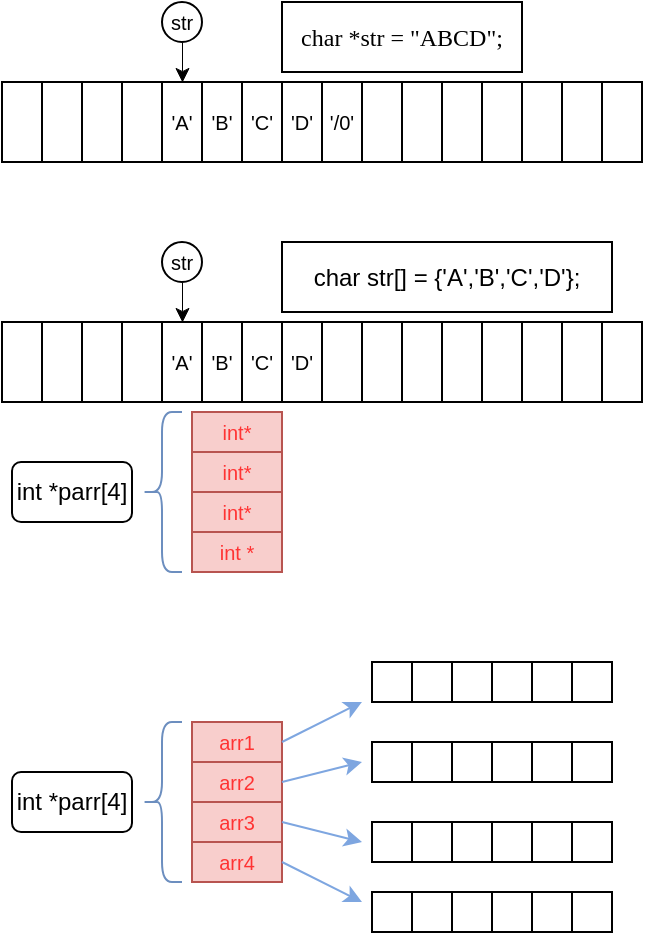
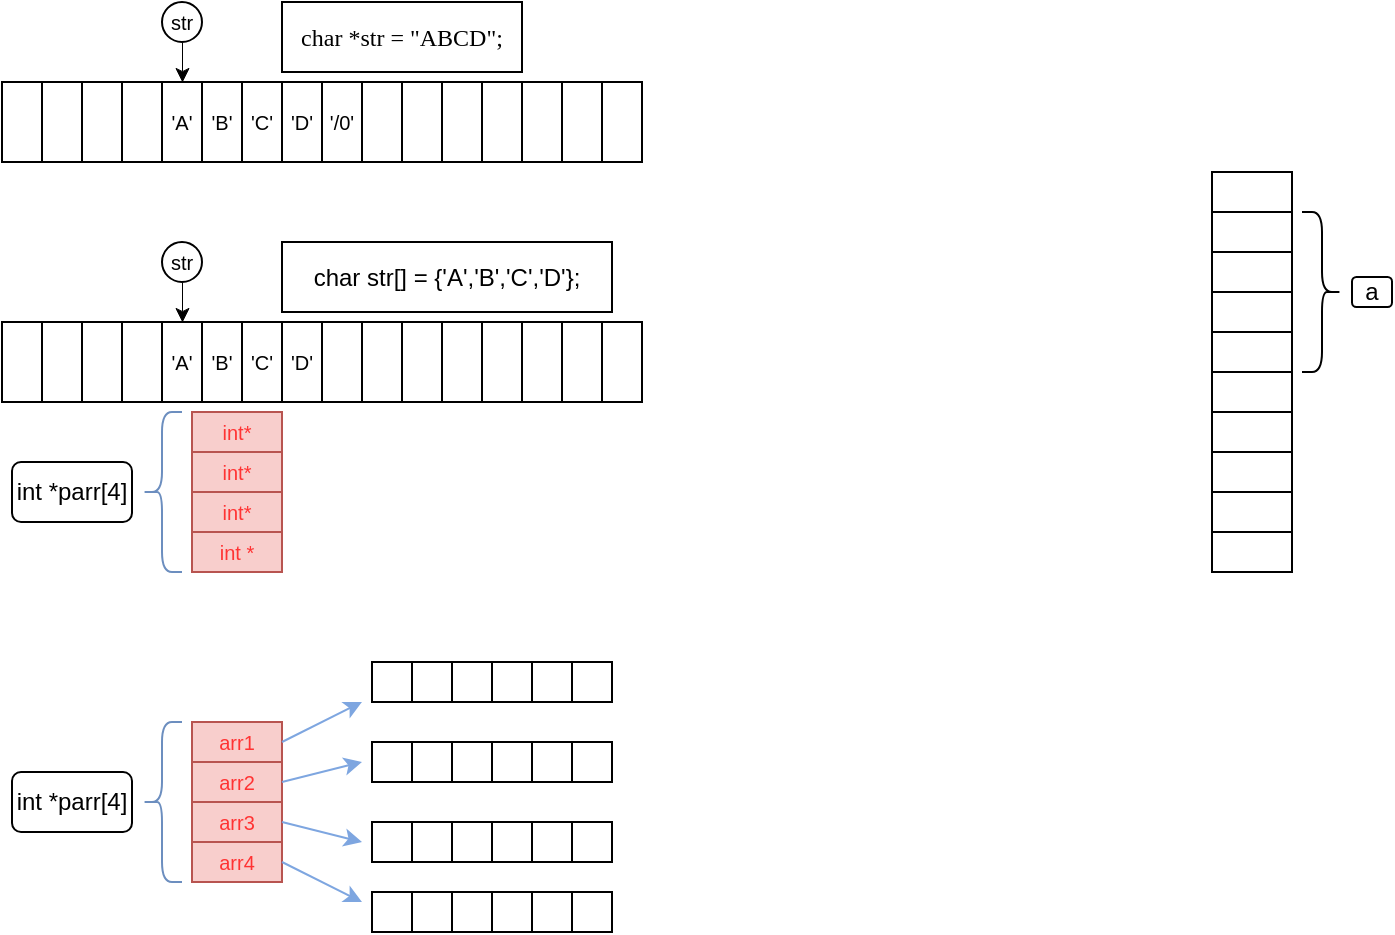
<mxfile host="app.diagrams.net">
  <diagram name="第 1 页" id="RL2YI7uN_8ItAIRht_Vh">
-     <mxGraphModel dx="606" dy="346" grid="1" gridSize="5" guides="1" tooltips="1" connect="1" arrows="1" fold="1" page="1" pageScale="1" pageWidth="2339" pageHeight="3300" math="0" shadow="0">
+     <mxGraphModel dx="364" dy="208" grid="1" gridSize="5" guides="1" tooltips="1" connect="1" arrows="1" fold="1" page="1" pageScale="1" pageWidth="2339" pageHeight="3300" math="0" shadow="0">
      <root>
        <mxCell id="0" />
        <mxCell id="1" parent="0" />
        <mxCell id="0ZhQLvSmpRFgnqfLJbek-3" parent="1" style="whiteSpace=wrap;html=1;fillColor=none;" value="" vertex="1">
          <mxGeometry height="40" width="20" x="75" y="75" as="geometry" />
        </mxCell>
        <mxCell id="0ZhQLvSmpRFgnqfLJbek-4" parent="1" style="whiteSpace=wrap;html=1;fillColor=none;" value="" vertex="1">
          <mxGeometry height="40" width="20" x="95" y="75" as="geometry" />
        </mxCell>
        <mxCell id="0ZhQLvSmpRFgnqfLJbek-16" parent="1" style="whiteSpace=wrap;html=1;fillColor=none;" value="" vertex="1">
          <mxGeometry height="40" width="20" x="115" y="75" as="geometry" />
        </mxCell>
        <mxCell id="0ZhQLvSmpRFgnqfLJbek-17" parent="1" style="whiteSpace=wrap;html=1;fillColor=none;" value="" vertex="1">
          <mxGeometry height="40" width="20" x="135" y="75" as="geometry" />
        </mxCell>
        <mxCell id="0ZhQLvSmpRFgnqfLJbek-22" parent="1" style="whiteSpace=wrap;html=1;fillColor=none;" value="&lt;font style=&quot;font-size: 10px;&quot;&gt;&#39;A&#39;&lt;/font&gt;" vertex="1">
          <mxGeometry height="40" width="20" x="155" y="75" as="geometry" />
        </mxCell>
        <mxCell id="0ZhQLvSmpRFgnqfLJbek-23" parent="1" style="whiteSpace=wrap;html=1;fillColor=none;" value="&lt;font style=&quot;font-size: 10px;&quot;&gt;&#39;B&#39;&lt;/font&gt;" vertex="1">
          <mxGeometry height="40" width="20" x="175" y="75" as="geometry" />
        </mxCell>
        <mxCell id="0ZhQLvSmpRFgnqfLJbek-24" parent="1" style="whiteSpace=wrap;html=1;fillColor=none;" value="&lt;font style=&quot;font-size: 10px;&quot;&gt;&#39;C&#39;&lt;/font&gt;" vertex="1">
          <mxGeometry height="40" width="20" x="195" y="75" as="geometry" />
        </mxCell>
        <mxCell id="0ZhQLvSmpRFgnqfLJbek-25" parent="1" style="whiteSpace=wrap;html=1;fillColor=none;" value="&lt;font style=&quot;font-size: 10px;&quot;&gt;&#39;D&#39;&lt;/font&gt;" vertex="1">
          <mxGeometry height="40" width="20" x="215" y="75" as="geometry" />
        </mxCell>
        <mxCell id="0ZhQLvSmpRFgnqfLJbek-26" parent="1" style="whiteSpace=wrap;html=1;fillColor=none;" value="&lt;font style=&quot;font-size: 10px;&quot;&gt;&#39;/0&#39;&lt;/font&gt;" vertex="1">
          <mxGeometry height="40" width="20" x="235" y="75" as="geometry" />
        </mxCell>
        <mxCell id="0ZhQLvSmpRFgnqfLJbek-27" parent="1" style="whiteSpace=wrap;html=1;fillColor=none;" value="" vertex="1">
          <mxGeometry height="40" width="20" x="255" y="75" as="geometry" />
        </mxCell>
        <mxCell id="0ZhQLvSmpRFgnqfLJbek-28" parent="1" style="whiteSpace=wrap;html=1;fillColor=none;" value="" vertex="1">
          <mxGeometry height="40" width="20" x="275" y="75" as="geometry" />
        </mxCell>
        <mxCell id="0ZhQLvSmpRFgnqfLJbek-29" parent="1" style="whiteSpace=wrap;html=1;fillColor=none;" value="" vertex="1">
          <mxGeometry height="40" width="20" x="295" y="75" as="geometry" />
        </mxCell>
        <mxCell id="0ZhQLvSmpRFgnqfLJbek-30" parent="1" style="whiteSpace=wrap;html=1;fillColor=none;" value="" vertex="1">
          <mxGeometry height="40" width="20" x="315" y="75" as="geometry" />
        </mxCell>
        <mxCell id="0ZhQLvSmpRFgnqfLJbek-31" parent="1" style="whiteSpace=wrap;html=1;fillColor=none;" value="" vertex="1">
          <mxGeometry height="40" width="20" x="335" y="75" as="geometry" />
        </mxCell>
        <mxCell id="0ZhQLvSmpRFgnqfLJbek-32" parent="1" style="whiteSpace=wrap;html=1;fillColor=none;" value="" vertex="1">
          <mxGeometry height="40" width="20" x="355" y="75" as="geometry" />
        </mxCell>
        <mxCell id="0ZhQLvSmpRFgnqfLJbek-33" parent="1" style="whiteSpace=wrap;html=1;fillColor=none;" value="" vertex="1">
          <mxGeometry height="40" width="20" x="375" y="75" as="geometry" />
        </mxCell>
        <mxCell id="0ZhQLvSmpRFgnqfLJbek-45" edge="1" parent="1" source="0ZhQLvSmpRFgnqfLJbek-43" style="edgeStyle=orthogonalEdgeStyle;rounded=0;orthogonalLoop=1;jettySize=auto;html=1;exitX=0.5;exitY=1;exitDx=0;exitDy=0;entryX=0.5;entryY=0;entryDx=0;entryDy=0;strokeWidth=0.5;startSize=6;" target="0ZhQLvSmpRFgnqfLJbek-22">
          <mxGeometry relative="1" as="geometry" />
        </mxCell>
        <mxCell id="0ZhQLvSmpRFgnqfLJbek-43" parent="1" style="ellipse;whiteSpace=wrap;html=1;fillColor=none;fontSize=10;" value="str" vertex="1">
          <mxGeometry height="20" width="20" x="155" y="35" as="geometry" />
        </mxCell>
        <mxCell id="0ZhQLvSmpRFgnqfLJbek-46" parent="1" style="whiteSpace=wrap;html=1;" value="&lt;font face=&quot;Tahoma&quot;&gt;char *str = &quot;ABCD&quot;;&lt;/font&gt;" vertex="1">
          <mxGeometry height="35" width="120" x="215" y="35" as="geometry" />
        </mxCell>
        <mxCell id="0ZhQLvSmpRFgnqfLJbek-47" parent="1" style="whiteSpace=wrap;html=1;fillColor=none;" value="" vertex="1">
          <mxGeometry height="40" width="20" x="75" y="195" as="geometry" />
        </mxCell>
        <mxCell id="0ZhQLvSmpRFgnqfLJbek-48" parent="1" style="whiteSpace=wrap;html=1;fillColor=none;" value="" vertex="1">
          <mxGeometry height="40" width="20" x="95" y="195" as="geometry" />
        </mxCell>
        <mxCell id="0ZhQLvSmpRFgnqfLJbek-49" parent="1" style="whiteSpace=wrap;html=1;fillColor=none;" value="" vertex="1">
          <mxGeometry height="40" width="20" x="115" y="195" as="geometry" />
        </mxCell>
        <mxCell id="0ZhQLvSmpRFgnqfLJbek-50" parent="1" style="whiteSpace=wrap;html=1;fillColor=none;" value="" vertex="1">
          <mxGeometry height="40" width="20" x="135" y="195" as="geometry" />
        </mxCell>
        <mxCell id="0ZhQLvSmpRFgnqfLJbek-51" parent="1" style="whiteSpace=wrap;html=1;fillColor=none;" value="&lt;font style=&quot;font-size: 10px;&quot;&gt;&#39;A&#39;&lt;/font&gt;" vertex="1">
          <mxGeometry height="40" width="20" x="155" y="195" as="geometry" />
        </mxCell>
        <mxCell id="0ZhQLvSmpRFgnqfLJbek-52" parent="1" style="whiteSpace=wrap;html=1;fillColor=none;" value="&lt;font style=&quot;font-size: 10px;&quot;&gt;&#39;B&#39;&lt;/font&gt;" vertex="1">
          <mxGeometry height="40" width="20" x="175" y="195" as="geometry" />
        </mxCell>
        <mxCell id="0ZhQLvSmpRFgnqfLJbek-53" parent="1" style="whiteSpace=wrap;html=1;fillColor=none;" value="&lt;font style=&quot;font-size: 10px;&quot;&gt;&#39;C&#39;&lt;/font&gt;" vertex="1">
          <mxGeometry height="40" width="20" x="195" y="195" as="geometry" />
        </mxCell>
        <mxCell id="0ZhQLvSmpRFgnqfLJbek-54" parent="1" style="whiteSpace=wrap;html=1;fillColor=none;" value="&lt;font style=&quot;font-size: 10px;&quot;&gt;&#39;D&#39;&lt;/font&gt;" vertex="1">
          <mxGeometry height="40" width="20" x="215" y="195" as="geometry" />
        </mxCell>
        <mxCell id="0ZhQLvSmpRFgnqfLJbek-55" parent="1" style="whiteSpace=wrap;html=1;fillColor=none;" value="" vertex="1">
          <mxGeometry height="40" width="20" x="235" y="195" as="geometry" />
        </mxCell>
        <mxCell id="0ZhQLvSmpRFgnqfLJbek-56" parent="1" style="whiteSpace=wrap;html=1;fillColor=none;" value="" vertex="1">
          <mxGeometry height="40" width="20" x="255" y="195" as="geometry" />
        </mxCell>
        <mxCell id="0ZhQLvSmpRFgnqfLJbek-57" parent="1" style="whiteSpace=wrap;html=1;fillColor=none;" value="" vertex="1">
          <mxGeometry height="40" width="20" x="275" y="195" as="geometry" />
        </mxCell>
        <mxCell id="0ZhQLvSmpRFgnqfLJbek-58" parent="1" style="whiteSpace=wrap;html=1;fillColor=none;" value="" vertex="1">
          <mxGeometry height="40" width="20" x="295" y="195" as="geometry" />
        </mxCell>
        <mxCell id="0ZhQLvSmpRFgnqfLJbek-59" parent="1" style="whiteSpace=wrap;html=1;fillColor=none;" value="" vertex="1">
          <mxGeometry height="40" width="20" x="315" y="195" as="geometry" />
        </mxCell>
        <mxCell id="0ZhQLvSmpRFgnqfLJbek-60" parent="1" style="whiteSpace=wrap;html=1;fillColor=none;" value="" vertex="1">
          <mxGeometry height="40" width="20" x="335" y="195" as="geometry" />
        </mxCell>
        <mxCell id="0ZhQLvSmpRFgnqfLJbek-61" parent="1" style="whiteSpace=wrap;html=1;fillColor=none;" value="" vertex="1">
          <mxGeometry height="40" width="20" x="355" y="195" as="geometry" />
        </mxCell>
        <mxCell id="0ZhQLvSmpRFgnqfLJbek-62" parent="1" style="whiteSpace=wrap;html=1;fillColor=none;" value="" vertex="1">
          <mxGeometry height="40" width="20" x="375" y="195" as="geometry" />
        </mxCell>
        <mxCell id="0ZhQLvSmpRFgnqfLJbek-63" edge="1" parent="1" source="0ZhQLvSmpRFgnqfLJbek-64" style="edgeStyle=orthogonalEdgeStyle;rounded=0;orthogonalLoop=1;jettySize=auto;html=1;exitX=0.5;exitY=1;exitDx=0;exitDy=0;entryX=0.5;entryY=0;entryDx=0;entryDy=0;strokeWidth=0.5;startSize=6;" target="0ZhQLvSmpRFgnqfLJbek-51">
          <mxGeometry relative="1" as="geometry" />
        </mxCell>
        <mxCell id="0ZhQLvSmpRFgnqfLJbek-64" parent="1" style="ellipse;whiteSpace=wrap;html=1;fillColor=none;fontSize=10;" value="str" vertex="1">
          <mxGeometry height="20" width="20" x="155" y="155" as="geometry" />
        </mxCell>
        <mxCell id="0ZhQLvSmpRFgnqfLJbek-65" parent="1" style="whiteSpace=wrap;html=1;" value="char str[] = {&#39;A&#39;,&#39;B&#39;,&#39;C&#39;,&#39;D&#39;};" vertex="1">
          <mxGeometry height="35" width="165" x="215" y="155" as="geometry" />
        </mxCell>
        <mxCell id="Cdfew9__a1wLgb8Npjpk-1" parent="1" style="rounded=0;whiteSpace=wrap;html=1;fillColor=#f8cecc;fontSize=10;strokeColor=#b85450;fontColor=#FF3333;" value="int*" vertex="1">
          <mxGeometry height="20" width="45" x="170" y="240" as="geometry" />
        </mxCell>
        <mxCell id="Cdfew9__a1wLgb8Npjpk-2" parent="1" style="rounded=0;whiteSpace=wrap;html=1;fillColor=#f8cecc;fontSize=10;strokeColor=#b85450;fontColor=#FF3333;" value="int*" vertex="1">
          <mxGeometry height="20" width="45" x="170" y="260" as="geometry" />
        </mxCell>
        <mxCell id="Cdfew9__a1wLgb8Npjpk-3" parent="1" style="rounded=0;whiteSpace=wrap;html=1;fillColor=#f8cecc;fontSize=10;strokeColor=#b85450;fontColor=#FF3333;" value="int*" vertex="1">
          <mxGeometry height="20" width="45" x="170" y="280" as="geometry" />
        </mxCell>
        <mxCell id="Cdfew9__a1wLgb8Npjpk-4" parent="1" style="rounded=0;whiteSpace=wrap;html=1;fillColor=#f8cecc;fontSize=10;strokeColor=#b85450;fontColor=#FF3333;" value="int *" vertex="1">
          <mxGeometry height="20" width="45" x="170" y="300" as="geometry" />
        </mxCell>
        <mxCell id="Cdfew9__a1wLgb8Npjpk-5" parent="1" style="shape=curlyBracket;whiteSpace=wrap;html=1;rounded=1;labelPosition=left;verticalLabelPosition=middle;align=right;verticalAlign=middle;fillColor=#dae8fc;strokeColor=#6c8ebf;" value="" vertex="1">
          <mxGeometry height="80" width="20" x="145" y="240" as="geometry" />
        </mxCell>
        <mxCell id="Cdfew9__a1wLgb8Npjpk-6" parent="1" style="rounded=1;whiteSpace=wrap;html=1;" value="int *parr[4]" vertex="1">
          <mxGeometry height="30" width="60" x="80" y="265" as="geometry" />
        </mxCell>
        <mxCell id="Cdfew9__a1wLgb8Npjpk-7" parent="1" style="rounded=0;whiteSpace=wrap;html=1;fillColor=#f8cecc;fontSize=10;strokeColor=#b85450;fontColor=#FF3333;" value="arr1" vertex="1">
          <mxGeometry height="20" width="45" x="170" y="395" as="geometry" />
        </mxCell>
        <mxCell id="Cdfew9__a1wLgb8Npjpk-8" parent="1" style="rounded=0;whiteSpace=wrap;html=1;fillColor=#f8cecc;fontSize=10;strokeColor=#b85450;fontColor=#FF3333;" value="arr2" vertex="1">
          <mxGeometry height="20" width="45" x="170" y="415" as="geometry" />
        </mxCell>
        <mxCell id="Cdfew9__a1wLgb8Npjpk-9" parent="1" style="rounded=0;whiteSpace=wrap;html=1;fillColor=#f8cecc;fontSize=10;strokeColor=#b85450;fontColor=#FF3333;" value="arr3" vertex="1">
          <mxGeometry height="20" width="45" x="170" y="435" as="geometry" />
        </mxCell>
        <mxCell id="Cdfew9__a1wLgb8Npjpk-10" parent="1" style="rounded=0;whiteSpace=wrap;html=1;fillColor=#f8cecc;fontSize=10;strokeColor=#b85450;fontColor=#FF3333;" value="arr4" vertex="1">
          <mxGeometry height="20" width="45" x="170" y="455" as="geometry" />
        </mxCell>
        <mxCell id="Cdfew9__a1wLgb8Npjpk-11" parent="1" style="shape=curlyBracket;whiteSpace=wrap;html=1;rounded=1;labelPosition=left;verticalLabelPosition=middle;align=right;verticalAlign=middle;fillColor=#dae8fc;strokeColor=#6c8ebf;" value="" vertex="1">
          <mxGeometry height="80" width="20" x="145" y="395" as="geometry" />
        </mxCell>
        <mxCell id="Cdfew9__a1wLgb8Npjpk-12" parent="1" style="rounded=1;whiteSpace=wrap;html=1;" value="int *parr[4]" vertex="1">
          <mxGeometry height="30" width="60" x="80" y="420" as="geometry" />
        </mxCell>
        <mxCell id="Cdfew9__a1wLgb8Npjpk-36" parent="1" style="rounded=0;whiteSpace=wrap;html=1;fillColor=none;" value="" vertex="1">
          <mxGeometry height="20" width="20" x="260" y="365" as="geometry" />
        </mxCell>
        <mxCell id="Cdfew9__a1wLgb8Npjpk-37" parent="1" style="rounded=0;whiteSpace=wrap;html=1;fillColor=none;" value="" vertex="1">
          <mxGeometry height="20" width="20" x="280" y="365" as="geometry" />
        </mxCell>
        <mxCell id="Cdfew9__a1wLgb8Npjpk-38" parent="1" style="rounded=0;whiteSpace=wrap;html=1;fillColor=none;" value="" vertex="1">
          <mxGeometry height="20" width="20" x="300" y="365" as="geometry" />
        </mxCell>
        <mxCell id="Cdfew9__a1wLgb8Npjpk-39" parent="1" style="rounded=0;whiteSpace=wrap;html=1;fillColor=none;" value="" vertex="1">
          <mxGeometry height="20" width="20" x="320" y="365" as="geometry" />
        </mxCell>
        <mxCell id="Cdfew9__a1wLgb8Npjpk-40" parent="1" style="rounded=0;whiteSpace=wrap;html=1;fillColor=none;" value="" vertex="1">
          <mxGeometry height="20" width="20" x="340" y="365" as="geometry" />
        </mxCell>
        <mxCell id="Cdfew9__a1wLgb8Npjpk-41" parent="1" style="rounded=0;whiteSpace=wrap;html=1;fillColor=none;" value="" vertex="1">
          <mxGeometry height="20" width="20" x="360" y="365" as="geometry" />
        </mxCell>
        <mxCell id="Cdfew9__a1wLgb8Npjpk-42" parent="1" style="rounded=0;whiteSpace=wrap;html=1;fillColor=none;" value="" vertex="1">
          <mxGeometry height="20" width="20" x="260" y="480" as="geometry" />
        </mxCell>
        <mxCell id="Cdfew9__a1wLgb8Npjpk-43" parent="1" style="rounded=0;whiteSpace=wrap;html=1;fillColor=none;" value="" vertex="1">
          <mxGeometry height="20" width="20" x="280" y="480" as="geometry" />
        </mxCell>
        <mxCell id="Cdfew9__a1wLgb8Npjpk-44" parent="1" style="rounded=0;whiteSpace=wrap;html=1;fillColor=none;" value="" vertex="1">
          <mxGeometry height="20" width="20" x="300" y="480" as="geometry" />
        </mxCell>
        <mxCell id="Cdfew9__a1wLgb8Npjpk-45" parent="1" style="rounded=0;whiteSpace=wrap;html=1;fillColor=none;" value="" vertex="1">
          <mxGeometry height="20" width="20" x="320" y="480" as="geometry" />
        </mxCell>
        <mxCell id="Cdfew9__a1wLgb8Npjpk-46" parent="1" style="rounded=0;whiteSpace=wrap;html=1;fillColor=none;" value="" vertex="1">
          <mxGeometry height="20" width="20" x="340" y="480" as="geometry" />
        </mxCell>
        <mxCell id="Cdfew9__a1wLgb8Npjpk-47" parent="1" style="rounded=0;whiteSpace=wrap;html=1;fillColor=none;" value="" vertex="1">
          <mxGeometry height="20" width="20" x="360" y="480" as="geometry" />
        </mxCell>
        <mxCell id="Cdfew9__a1wLgb8Npjpk-60" edge="1" parent="1" source="Cdfew9__a1wLgb8Npjpk-7" style="endArrow=classic;html=1;rounded=0;exitX=1;exitY=0.5;exitDx=0;exitDy=0;strokeColor=#7EA6E0;" value="">
          <mxGeometry height="50" relative="1" width="50" as="geometry">
            <mxPoint x="205" y="415" as="sourcePoint" />
            <mxPoint x="255" y="385" as="targetPoint" />
          </mxGeometry>
        </mxCell>
        <mxCell id="Cdfew9__a1wLgb8Npjpk-61" edge="1" parent="1" style="endArrow=classic;html=1;rounded=0;exitX=1;exitY=0.5;exitDx=0;exitDy=0;strokeColor=#7EA6E0;" value="">
          <mxGeometry height="50" relative="1" width="50" as="geometry">
            <mxPoint x="215" y="425" as="sourcePoint" />
            <mxPoint x="255" y="415" as="targetPoint" />
          </mxGeometry>
        </mxCell>
        <mxCell id="Cdfew9__a1wLgb8Npjpk-62" edge="1" parent="1" style="endArrow=classic;html=1;rounded=0;exitX=1;exitY=0.5;exitDx=0;exitDy=0;strokeColor=#7EA6E0;" value="">
          <mxGeometry height="50" relative="1" width="50" as="geometry">
            <mxPoint x="215" y="445" as="sourcePoint" />
            <mxPoint x="255" y="455" as="targetPoint" />
          </mxGeometry>
        </mxCell>
        <mxCell id="Cdfew9__a1wLgb8Npjpk-63" edge="1" parent="1" style="endArrow=classic;html=1;rounded=0;exitX=1;exitY=0.5;exitDx=0;exitDy=0;strokeColor=#7EA6E0;" value="">
          <mxGeometry height="50" relative="1" width="50" as="geometry">
            <mxPoint x="215" y="465" as="sourcePoint" />
            <mxPoint x="255" y="485" as="targetPoint" />
          </mxGeometry>
        </mxCell>
        <mxCell id="Cdfew9__a1wLgb8Npjpk-64" parent="1" style="rounded=0;whiteSpace=wrap;html=1;fillColor=none;" value="" vertex="1">
          <mxGeometry height="20" width="20" x="260" y="405" as="geometry" />
        </mxCell>
        <mxCell id="Cdfew9__a1wLgb8Npjpk-65" parent="1" style="rounded=0;whiteSpace=wrap;html=1;fillColor=none;" value="" vertex="1">
          <mxGeometry height="20" width="20" x="280" y="405" as="geometry" />
        </mxCell>
        <mxCell id="Cdfew9__a1wLgb8Npjpk-66" parent="1" style="rounded=0;whiteSpace=wrap;html=1;fillColor=none;" value="" vertex="1">
          <mxGeometry height="20" width="20" x="300" y="405" as="geometry" />
        </mxCell>
        <mxCell id="Cdfew9__a1wLgb8Npjpk-67" parent="1" style="rounded=0;whiteSpace=wrap;html=1;fillColor=none;" value="" vertex="1">
          <mxGeometry height="20" width="20" x="320" y="405" as="geometry" />
        </mxCell>
        <mxCell id="Cdfew9__a1wLgb8Npjpk-68" parent="1" style="rounded=0;whiteSpace=wrap;html=1;fillColor=none;" value="" vertex="1">
          <mxGeometry height="20" width="20" x="340" y="405" as="geometry" />
        </mxCell>
        <mxCell id="Cdfew9__a1wLgb8Npjpk-69" parent="1" style="rounded=0;whiteSpace=wrap;html=1;fillColor=none;" value="" vertex="1">
          <mxGeometry height="20" width="20" x="360" y="405" as="geometry" />
        </mxCell>
        <mxCell id="Cdfew9__a1wLgb8Npjpk-70" parent="1" style="rounded=0;whiteSpace=wrap;html=1;fillColor=none;" value="" vertex="1">
          <mxGeometry height="20" width="20" x="260" y="445" as="geometry" />
        </mxCell>
        <mxCell id="Cdfew9__a1wLgb8Npjpk-71" parent="1" style="rounded=0;whiteSpace=wrap;html=1;fillColor=none;" value="" vertex="1">
          <mxGeometry height="20" width="20" x="280" y="445" as="geometry" />
        </mxCell>
        <mxCell id="Cdfew9__a1wLgb8Npjpk-72" parent="1" style="rounded=0;whiteSpace=wrap;html=1;fillColor=none;" value="" vertex="1">
          <mxGeometry height="20" width="20" x="300" y="445" as="geometry" />
        </mxCell>
        <mxCell id="Cdfew9__a1wLgb8Npjpk-73" parent="1" style="rounded=0;whiteSpace=wrap;html=1;fillColor=none;" value="" vertex="1">
          <mxGeometry height="20" width="20" x="320" y="445" as="geometry" />
        </mxCell>
        <mxCell id="Cdfew9__a1wLgb8Npjpk-74" parent="1" style="rounded=0;whiteSpace=wrap;html=1;fillColor=none;" value="" vertex="1">
          <mxGeometry height="20" width="20" x="340" y="445" as="geometry" />
        </mxCell>
        <mxCell id="Cdfew9__a1wLgb8Npjpk-75" parent="1" style="rounded=0;whiteSpace=wrap;html=1;fillColor=none;" value="" vertex="1">
          <mxGeometry height="20" width="20" x="360" y="445" as="geometry" />
        </mxCell>
+         <mxCell id="axYaqG1knhw5hED0R4hO-22" parent="1" style="rounded=0;whiteSpace=wrap;html=1;fillColor=none;" value="" vertex="1">
+           <mxGeometry height="20" width="40" x="680" y="120" as="geometry" />
+         </mxCell>
+         <mxCell id="axYaqG1knhw5hED0R4hO-23" parent="1" style="rounded=0;whiteSpace=wrap;html=1;fillColor=none;" value="" vertex="1">
+           <mxGeometry height="20" width="40" x="680" y="140" as="geometry" />
+         </mxCell>
+         <mxCell id="axYaqG1knhw5hED0R4hO-24" parent="1" style="rounded=0;whiteSpace=wrap;html=1;fillColor=none;" value="" vertex="1">
+           <mxGeometry height="20" width="40" x="680" y="160" as="geometry" />
+         </mxCell>
+         <mxCell id="axYaqG1knhw5hED0R4hO-25" parent="1" style="rounded=0;whiteSpace=wrap;html=1;fillColor=none;" value="" vertex="1">
+           <mxGeometry height="20" width="40" x="680" y="180" as="geometry" />
+         </mxCell>
+         <mxCell id="axYaqG1knhw5hED0R4hO-26" parent="1" style="rounded=0;whiteSpace=wrap;html=1;fillColor=none;" value="" vertex="1">
+           <mxGeometry height="20" width="40" x="680" y="200" as="geometry" />
+         </mxCell>
+         <mxCell id="axYaqG1knhw5hED0R4hO-27" parent="1" style="rounded=0;whiteSpace=wrap;html=1;fillColor=none;" value="" vertex="1">
+           <mxGeometry height="20" width="40" x="680" y="220" as="geometry" />
+         </mxCell>
+         <mxCell id="axYaqG1knhw5hED0R4hO-28" parent="1" style="rounded=0;whiteSpace=wrap;html=1;fillColor=none;" value="" vertex="1">
+           <mxGeometry height="20" width="40" x="680" y="240" as="geometry" />
+         </mxCell>
+         <mxCell id="axYaqG1knhw5hED0R4hO-29" parent="1" style="rounded=0;whiteSpace=wrap;html=1;fillColor=none;" value="" vertex="1">
+           <mxGeometry height="20" width="40" x="680" y="260" as="geometry" />
+         </mxCell>
+         <mxCell id="axYaqG1knhw5hED0R4hO-30" parent="1" style="shape=curlyBracket;whiteSpace=wrap;html=1;rounded=1;flipH=1;labelPosition=right;verticalLabelPosition=middle;align=left;verticalAlign=middle;legacyAnchorPoints=0;" value="" vertex="1">
+           <mxGeometry height="80" width="20" x="725" y="140" as="geometry" />
+         </mxCell>
+         <mxCell id="axYaqG1knhw5hED0R4hO-31" parent="1" style="rounded=0;whiteSpace=wrap;html=1;fillColor=none;" value="" vertex="1">
+           <mxGeometry height="20" width="40" x="680" y="280" as="geometry" />
+         </mxCell>
+         <mxCell id="axYaqG1knhw5hED0R4hO-32" parent="1" style="rounded=0;whiteSpace=wrap;html=1;fillColor=none;" value="" vertex="1">
+           <mxGeometry height="20" width="40" x="680" y="300" as="geometry" />
+         </mxCell>
+         <mxCell id="axYaqG1knhw5hED0R4hO-33" parent="1" style="rounded=1;whiteSpace=wrap;html=1;" value="a" vertex="1">
+           <mxGeometry height="15" width="20" x="750" y="172.5" as="geometry" />
+         </mxCell>
      </root>
    </mxGraphModel>
  </diagram>
</mxfile>
